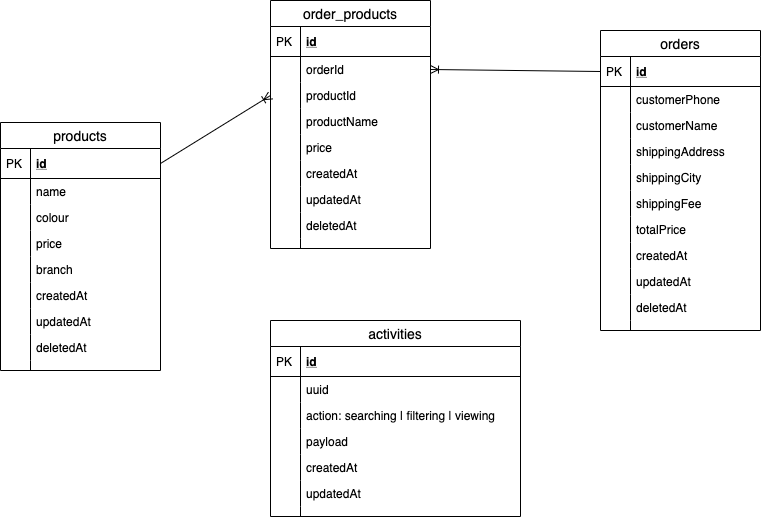
Above: files/database.png in codebider/nab_assignment (draw.io), before the change. Source tidied: cells renumbered, new cells last; positions are measured from the earlier drawing's top-left corner, leaving out a move shared by most shapes.
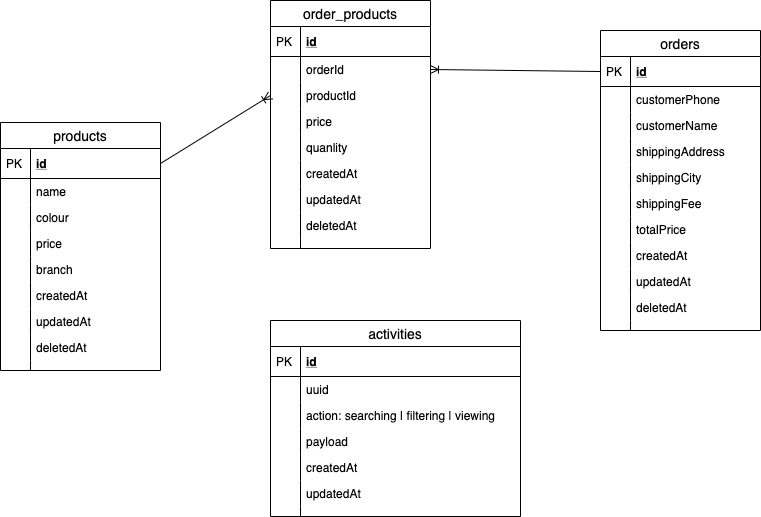
Above is the later version.

Commit message:
Update database diagram

What changed in the source:
```diff
@@ -200,18 +200,18 @@
     <mxCell id="67" style="shape=partialRectangle;top=0;left=0;bottom=0;fillColor=none;align=left;verticalAlign=top;spacingLeft=4;spacingRight=4;overflow=hidden;fontSize=12;" parent="66" vertex="1">
       <mxGeometry width="30" height="26" as="geometry" />
     </mxCell>
-    <mxCell id="68" value="productName" style="shape=partialRectangle;top=0;left=0;right=0;bottom=0;align=left;verticalAlign=top;fillColor=none;spacingLeft=34;spacingRight=4;overflow=hidden;fontSize=12;" parent="61" vertex="1">
-      <mxGeometry y="108" width="160" height="26" as="geometry" />
-    </mxCell>
-    <mxCell id="69" style="shape=partialRectangle;top=0;left=0;bottom=0;fillColor=none;align=left;verticalAlign=top;spacingLeft=4;spacingRight=4;overflow=hidden;fontSize=12;" parent="68" vertex="1">
-      <mxGeometry width="30" height="26" as="geometry" />
-    </mxCell>
     <mxCell id="70" value="price" style="shape=partialRectangle;top=0;left=0;right=0;bottom=0;align=left;verticalAlign=top;fillColor=none;spacingLeft=34;spacingRight=4;overflow=hidden;fontSize=12;" parent="61" vertex="1">
-      <mxGeometry y="134" width="160" height="26" as="geometry" />
+      <mxGeometry y="108" width="160" height="26" as="geometry" />
     </mxCell>
     <mxCell id="71" style="shape=partialRectangle;top=0;left=0;bottom=0;fillColor=none;align=left;verticalAlign=top;spacingLeft=4;spacingRight=4;overflow=hidden;fontSize=12;" parent="70" vertex="1">
       <mxGeometry width="30" height="26" as="geometry" />
     </mxCell>
+    <mxCell id="80" value="quanlity" style="shape=partialRectangle;top=0;left=0;right=0;bottom=0;align=left;verticalAlign=top;fillColor=none;spacingLeft=34;spacingRight=4;overflow=hidden;fontSize=12;" parent="61" vertex="1">
+      <mxGeometry y="134" width="160" height="26" as="geometry" />
+    </mxCell>
+    <mxCell id="69" style="shape=partialRectangle;top=0;left=0;bottom=0;fillColor=none;align=left;verticalAlign=top;spacingLeft=4;spacingRight=4;overflow=hidden;fontSize=12;" parent="80" vertex="1">
+      <mxGeometry width="30" height="26" as="geometry" />
+    </mxCell>
     <mxCell id="72" value="createdAt" style="shape=partialRectangle;top=0;left=0;right=0;bottom=0;align=left;verticalAlign=top;fillColor=none;spacingLeft=34;spacingRight=4;overflow=hidden;fontSize=12;" parent="61" vertex="1">
       <mxGeometry y="160" width="160" height="26" as="geometry" />
     </mxCell>
```
